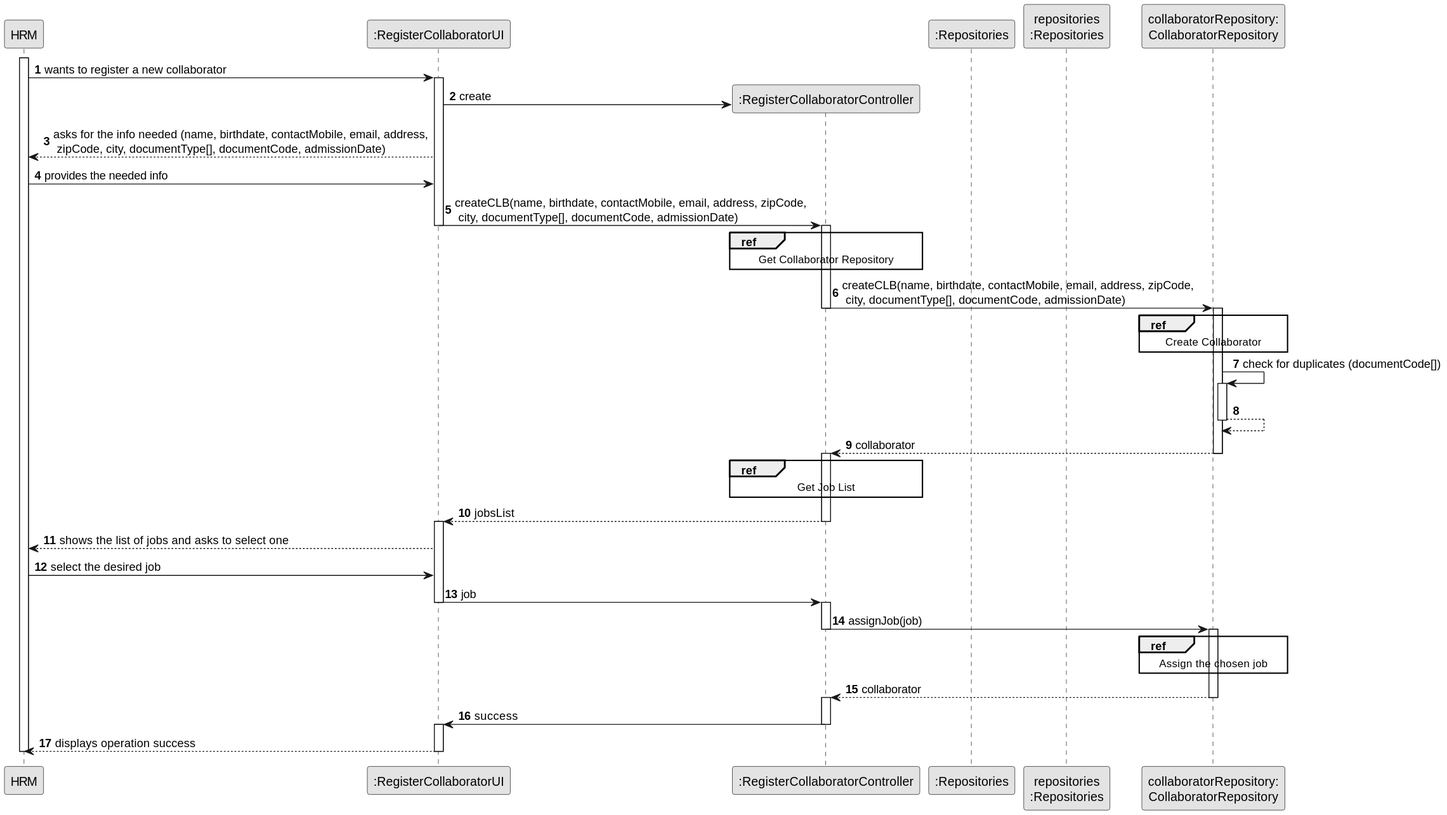
This is docs/sprintB/us003/03.design/svg/us003-sequence-diagram-split.svg from ricardomm7/leaflink, a PlantUML export, as it was before one commit. Its diagram source:
```plantuml
@startuml
skinparam monochrome true
skinparam packageStyle rectangle
skinparam shadowing false

autonumber

participant "HRM" as HRM
participant ":RegisterCollaboratorUI" as UI
participant ":RegisterCollaboratorController" as CTRL
participant ":Repositories" as GlobRepo
participant "repositories\n:Repositories" as PLAT
participant "collaboratorRepository:\nCollaboratorRepository" as CLBREP


activate HRM
HRM -> UI : wants to register a new collaborator
activate UI
UI -> CTRL** : create
UI --> HRM : asks for the info needed (name, birthdate, contactMobile, email, address,\n zipCode, city, documentType[], documentCode, admissionDate)
HRM -> UI : provides the needed info
UI -> CTRL : createCLB(name, birthdate, contactMobile, email, address, zipCode,\n city, documentType[], documentCode, admissionDate)
deactivate UI
activate CTRL
        ref over CTRL
            Get Collaborator Repository
        end ref

CTRL -> CLBREP : createCLB(name, birthdate, contactMobile, email, address, zipCode,\n city, documentType[], documentCode, admissionDate)
deactivate CTRL
activate CLBREP
        ref over CLBREP
            Create Collaborator
        end ref

activate CLBREP

CLBREP -> CLBREP : check for duplicates (documentCode[])
activate CLBREP
CLBREP --> CLBREP
deactivate CLBREP
CLBREP --> CTRL : collaborator
deactivate CLBREP
deactivate CLBREP

activate CTRL
ref over CTRL
                         Get Job List
                     end ref
CTRL -->UI : jobsList
deactivate CTRL
activate UI
UI --> HRM : shows the list of jobs and asks to select one
HRM -> UI : select the desired job
UI -> CTRL : job
deactivate UI
activate CTRL


CTRL ->CLBREP : assignJob(job)
deactivate CTRL
activate CLBREP

        ref over CLBREP
            Assign the chosen job
        end ref
CLBREP --> CTRL : collaborator
deactivate CLBREP
activate CTRL
CTRL -> UI : success
deactivate CTRL
activate UI
UI --> HRM : displays operation success
deactivate UI
deactivate HRM
@enduml
```
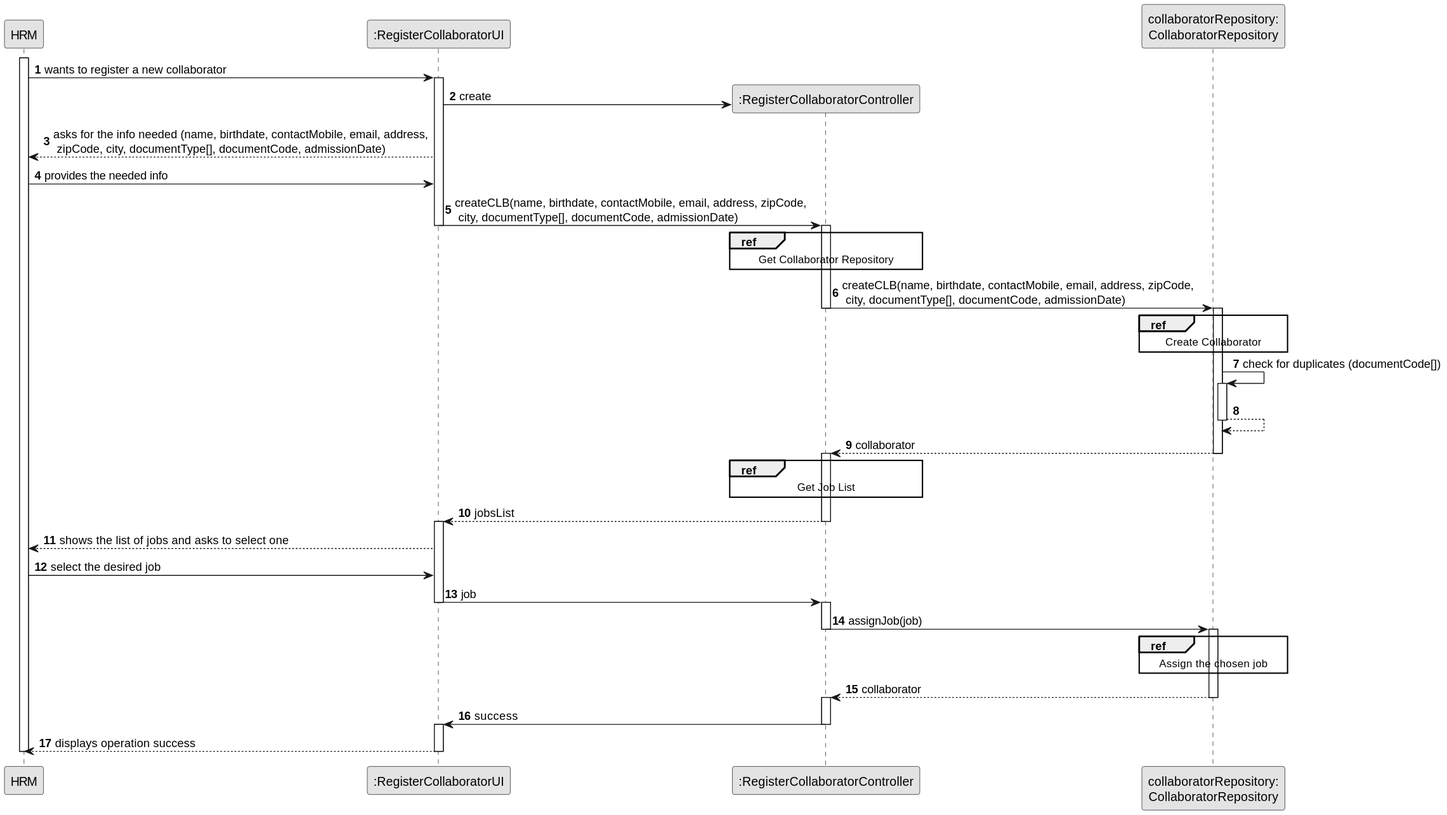
After the change.

Diff of the diagram source:
```diff
@@ -8,8 +8,7 @@
 participant "HRM" as HRM
 participant ":RegisterCollaboratorUI" as UI
 participant ":RegisterCollaboratorController" as CTRL
-participant ":Repositories" as GlobRepo
-participant "repositories\n:Repositories" as PLAT
+
 participant "collaboratorRepository:\nCollaboratorRepository" as CLBREP
 
 
```
